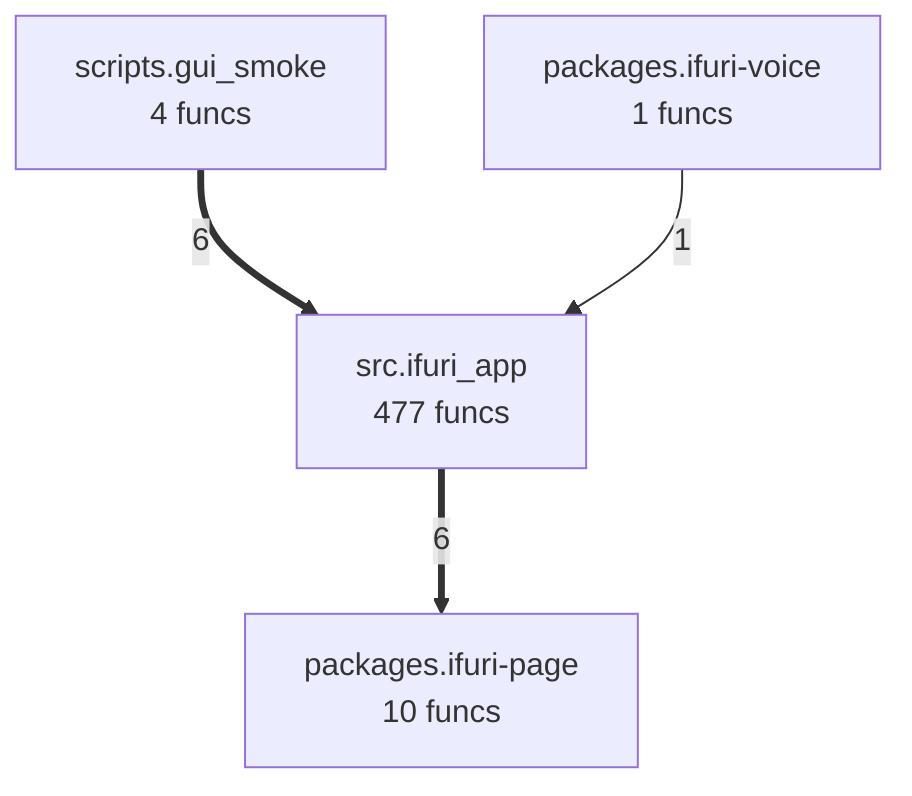
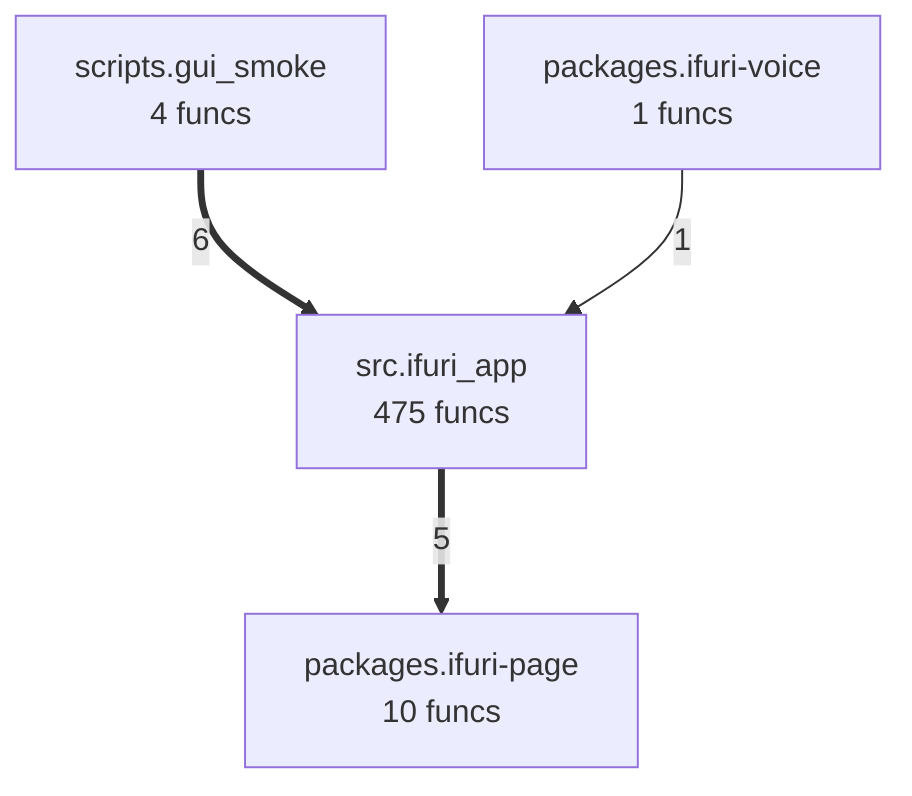
flowchart TD
- %% generated in 0.01s
+ %% generated in 0.02s
    packages__ifuri_page["packages.ifuri-page<br/>10 funcs"]
    packages__ifuri_voice["packages.ifuri-voice<br/>1 funcs"]
    scripts__gui_smoke["scripts.gui_smoke<br/>4 funcs"]
-     src__ifuri_app["src.ifuri_app<br/>477 funcs"]
-     src__ifuri_app ==>|6| packages__ifuri_page
+     src__ifuri_app["src.ifuri_app<br/>475 funcs"]
    scripts__gui_smoke ==>|6| src__ifuri_app
+     src__ifuri_app ==>|5| packages__ifuri_page
    packages__ifuri_voice -->|1| src__ifuri_app
